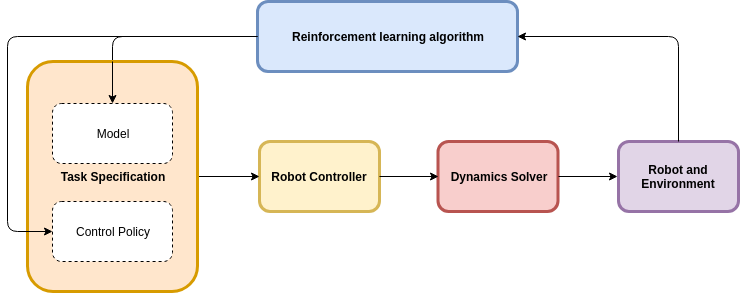
Earlier version of the draw.io export images/composition.png (abhishek098/project-proposal). Source tidied: cells renumbered, new cells last; positions are measured from the earlier drawing's top-left corner, leaving out a move shared by most shapes.
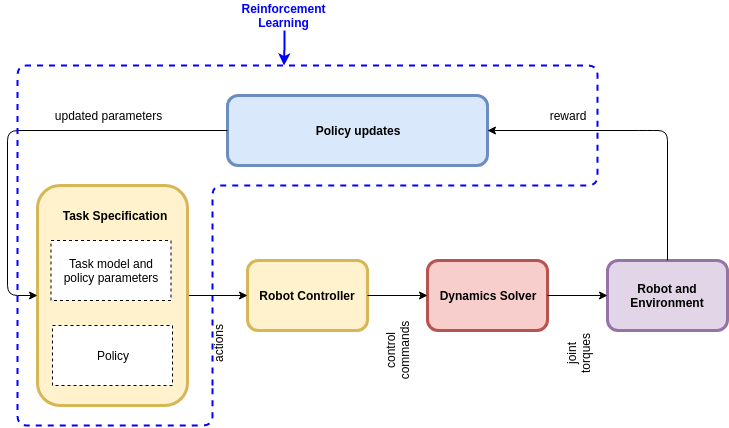
Above is the later version.

Change to the diagram source:
```diff
@@ -2,65 +2,92 @@
   <root>
     <mxCell id="0" />
     <mxCell id="1" parent="0" />
-    <mxCell id="2" value="Reinforcement learning algorithm" style="rounded=1;whiteSpace=wrap;html=1;fillColor=#dae8fc;strokeColor=#6c8ebf;strokeWidth=3;fontStyle=1;" parent="1" vertex="1">
+    <mxCell id="2" value="Policy updates" style="rounded=1;whiteSpace=wrap;html=1;fillColor=#dae8fc;strokeColor=#6c8ebf;strokeWidth=3;fontStyle=1;" parent="1" vertex="1">
       <mxGeometry x="250" width="260" height="70" as="geometry" />
     </mxCell>
     <mxCell id="3" value="Robot Controller" style="rounded=1;whiteSpace=wrap;html=1;fillColor=#fff2cc;strokeColor=#d6b656;strokeWidth=3;fontStyle=1;" parent="1" vertex="1">
-      <mxGeometry x="252" y="140" width="120" height="70" as="geometry" />
+      <mxGeometry x="270" y="165" width="120" height="70" as="geometry" />
     </mxCell>
     <mxCell id="4" value="Dynamics Solver" style="rounded=1;whiteSpace=wrap;html=1;fillColor=#f8cecc;strokeColor=#b85450;strokeWidth=3;fontStyle=1;" parent="1" vertex="1">
-      <mxGeometry x="430.5" y="140" width="120" height="70" as="geometry" />
+      <mxGeometry x="450" y="165" width="120" height="70" as="geometry" />
     </mxCell>
     <mxCell id="5" value="Robot and Environment" style="rounded=1;whiteSpace=wrap;html=1;fillColor=#e1d5e7;strokeColor=#9673a6;strokeWidth=3;fontStyle=1;" parent="1" vertex="1">
-      <mxGeometry x="611" y="140" width="120" height="70" as="geometry" />
+      <mxGeometry x="630" y="165" width="120" height="70" as="geometry" />
     </mxCell>
-    <mxCell id="6" style="endArrow=classic;html=1;exitX=1;exitY=0.5;exitDx=0;exitDy=0;entryX=0;entryY=0.5;entryDx=0;entryDy=0;" parent="1" edge="1" source="12" target="3">
-      <mxGeometry relative="1" as="geometry" />
-    </mxCell>
     <mxCell id="7" style="endArrow=classic;html=1;exitX=1;exitY=0.5;exitDx=0;exitDy=0;entryX=0;entryY=0.5;entryDx=0;entryDy=0;" parent="1" edge="1" source="3" target="4">
       <mxGeometry relative="1" as="geometry" />
     </mxCell>
-    <mxCell id="8" style="endArrow=classic;html=1;exitX=1;exitY=0.5;exitDx=0;exitDy=0;" parent="1" edge="1" source="4">
-      <mxGeometry relative="1" as="geometry">
-        <mxPoint x="610" y="175" as="targetPoint" />
-      </mxGeometry>
+    <mxCell id="8" style="endArrow=classic;html=1;exitX=1;exitY=0.5;exitDx=0;exitDy=0;entryX=0;entryY=0.5;entryDx=0;entryDy=0;" parent="1" edge="1" source="4" target="5">
+      <mxGeometry relative="1" as="geometry" />
     </mxCell>
     <mxCell id="9" style="endArrow=classic;html=1;exitX=0.5;exitY=0;exitDx=0;exitDy=0;entryX=1;entryY=0.5;entryDx=0;entryDy=0;" parent="1" edge="1" source="5" target="2">
       <mxGeometry relative="1" as="geometry">
         <Array as="points">
+          <mxPoint x="690" y="35" />
           <mxPoint x="671" y="35" />
         </Array>
       </mxGeometry>
     </mxCell>
-    <mxCell id="10" style="endArrow=classic;html=1;exitX=0;exitY=0.5;exitDx=0;exitDy=0;" parent="1" edge="1" source="2" target="14">
-      <mxGeometry relative="1" as="geometry">
-        <Array as="points">
-          <mxPoint x="105" y="35" />
-        </Array>
-      </mxGeometry>
-    </mxCell>
-    <mxCell id="11" style="group;" parent="1" vertex="1">
-      <mxGeometry x="20" y="60" width="170" height="230" as="geometry" />
-    </mxCell>
+    <mxCell id="17" style="edgeStyle=orthogonalEdgeStyle;rounded=1;jettySize=auto;html=1;entryX=0;entryY=0.5;entryDx=0;entryDy=0;" parent="1" edge="1" source="18" target="3">
+      <mxGeometry relative="1" as="geometry" />
+    </mxCell>
+    <mxCell id="18" style="rounded=1;whiteSpace=wrap;html=1;fillColor=#fff2cc;strokeColor=#d6b656;strokeWidth=3;fontStyle=1;" parent="1" vertex="1">
+      <mxGeometry x="60" y="90" width="150" height="220" as="geometry" />
+    </mxCell>
-    <mxCell id="12" value="&lt;div style=&quot;text-align: justify&quot;&gt;&lt;span&gt;&lt;font style=&quot;font-size: 12px&quot;&gt;Task Specification&lt;/font&gt;&lt;/span&gt;&lt;/div&gt;" style="rounded=1;whiteSpace=wrap;html=1;fillColor=#ffe6cc;strokeColor=#d79b00;strokeWidth=3;fontStyle=1;" parent="11" vertex="1">
-      <mxGeometry width="170" height="230" as="geometry" />
+    <mxCell id="12" value="&lt;span&gt;&lt;b&gt;Task Specification&lt;/b&gt;&lt;/span&gt;" style="text;html=1;strokeColor=none;fillColor=none;align=center;verticalAlign=middle;whiteSpace=wrap;rounded=0;" parent="1" vertex="1">
+      <mxGeometry x="77" y="110" width="120" height="20" as="geometry" />
     </mxCell>
-    <mxCell id="13" value="Control Policy" style="rounded=1;whiteSpace=wrap;html=1;dashed=1;" parent="11" vertex="1">
-      <mxGeometry x="25" y="140" width="120" height="60" as="geometry" />
-    </mxCell>
-    <mxCell id="14" value="Model" style="rounded=1;whiteSpace=wrap;html=1;dashed=1;" parent="11" vertex="1">
-      <mxGeometry x="25" y="42" width="120" height="60" as="geometry" />
-    </mxCell>
-    <mxCell id="15" style="edgeStyle=orthogonalEdgeStyle;rounded=0;jettySize=auto;html=1;exitX=0.5;exitY=0;exitDx=0;exitDy=0;entryX=0.5;entryY=0;entryDx=0;entryDy=0;" parent="11" edge="1" source="12" target="14">
-      <mxGeometry relative="1" as="geometry" />
-    </mxCell>
-    <mxCell id="16" style="edgeStyle=orthogonalEdgeStyle;rounded=1;jettySize=auto;html=1;exitX=0;exitY=0.5;exitDx=0;exitDy=0;entryX=0;entryY=0.5;entryDx=0;entryDy=0;" parent="1" edge="1" source="2" target="13">
-      <mxGeometry relative="1" as="geometry">
-        <Array as="points">
-          <mxPoint y="35" />
-          <mxPoint y="230" />
-        </Array>
-      </mxGeometry>
-    </mxCell>
+    <mxCell id="19" value="Task model and policy parameters" style="rounded=0;whiteSpace=wrap;html=1;dashed=1;" parent="1" vertex="1">
+      <mxGeometry x="73.5" y="145" width="120" height="60" as="geometry" />
+    </mxCell>
+    <mxCell id="20" value="Policy" style="rounded=0;whiteSpace=wrap;html=1;dashed=1;" parent="1" vertex="1">
+      <mxGeometry x="75" y="230" width="120" height="60" as="geometry" />
+    </mxCell>
+    <mxCell id="21" style="edgeStyle=orthogonalEdgeStyle;rounded=1;jettySize=auto;html=1;exitX=0;exitY=0.5;exitDx=0;exitDy=0;entryX=0;entryY=0.5;entryDx=0;entryDy=0;" parent="1" edge="1" source="2" target="18">
+      <mxGeometry relative="1" as="geometry">
+        <Array as="points">
+          <mxPoint x="30" y="35" />
+          <mxPoint x="30" y="200" />
+        </Array>
+      </mxGeometry>
+    </mxCell>
+    <mxCell id="22" value="actions" style="text;html=1;strokeColor=none;fillColor=none;align=center;verticalAlign=middle;whiteSpace=wrap;rounded=0;dashed=1;rotation=-90;" parent="1" vertex="1">
+      <mxGeometry x="220" y="238" width="40" height="20" as="geometry" />
+    </mxCell>
+    <mxCell id="23" value="reward" style="text;html=1;strokeColor=none;fillColor=none;align=center;verticalAlign=middle;whiteSpace=wrap;rounded=0;dashed=1;rotation=0;" parent="1" vertex="1">
+      <mxGeometry x="570" y="10" width="40" height="20" as="geometry" />
+    </mxCell>
+    <mxCell id="24" value="joint torques" style="text;html=1;strokeColor=none;fillColor=none;align=center;verticalAlign=middle;whiteSpace=wrap;rounded=0;dashed=1;rotation=-90;" parent="1" vertex="1">
+      <mxGeometry x="580" y="248" width="40" height="20" as="geometry" />
+    </mxCell>
+    <mxCell id="25" value="control commands" style="text;html=1;strokeColor=none;fillColor=none;align=center;verticalAlign=middle;whiteSpace=wrap;rounded=0;dashed=1;rotation=-90;" parent="1" vertex="1">
+      <mxGeometry x="400" y="245" width="40" height="20" as="geometry" />
+    </mxCell>
+    <mxCell id="26" value="updated parameters" style="text;html=1;strokeColor=none;fillColor=none;align=center;verticalAlign=middle;whiteSpace=wrap;rounded=0;dashed=1;rotation=0;" parent="1" vertex="1">
+      <mxGeometry x="73.5" y="10" width="113" height="20" as="geometry" />
+    </mxCell>
+    <mxCell id="27" style="endArrow=none;dashed=1;html=1;strokeColor=#0000FF;jumpSize=6;strokeWidth=2;" parent="1" edge="1">
+      <mxGeometry relative="1" as="geometry">
+        <mxPoint x="235" y="290" as="sourcePoint" />
+        <mxPoint x="235" y="290" as="targetPoint" />
+        <Array as="points">
+          <mxPoint x="235" y="90" />
+          <mxPoint x="620" y="90" />
+          <mxPoint x="620" y="20" />
+          <mxPoint x="620" y="-30" />
+          <mxPoint x="40" y="-30" />
+          <mxPoint x="40" y="330" />
+          <mxPoint x="235" y="330" />
+        </Array>
+      </mxGeometry>
+    </mxCell>
+    <mxCell id="28" style="edgeStyle=orthogonalEdgeStyle;rounded=1;jumpSize=6;jettySize=auto;html=1;strokeColor=#0000FF;strokeWidth=2;" parent="1" edge="1" source="29">
+      <mxGeometry relative="1" as="geometry">
+        <mxPoint x="306.5" y="-30" as="targetPoint" />
+      </mxGeometry>
+    </mxCell>
+    <mxCell id="29" value="&lt;font color=&quot;#0000ff&quot; style=&quot;font-size: 12px&quot;&gt;&lt;b&gt;Reinforcement Learning&lt;/b&gt;&lt;/font&gt;" style="text;html=1;strokeColor=none;fillColor=none;align=center;verticalAlign=middle;whiteSpace=wrap;rounded=0;dashed=1;rotation=0;" parent="1" vertex="1">
+      <mxGeometry x="250" y="-95" width="113" height="30" as="geometry" />
+    </mxCell>
   </root>
 </mxGraphModel>
```
